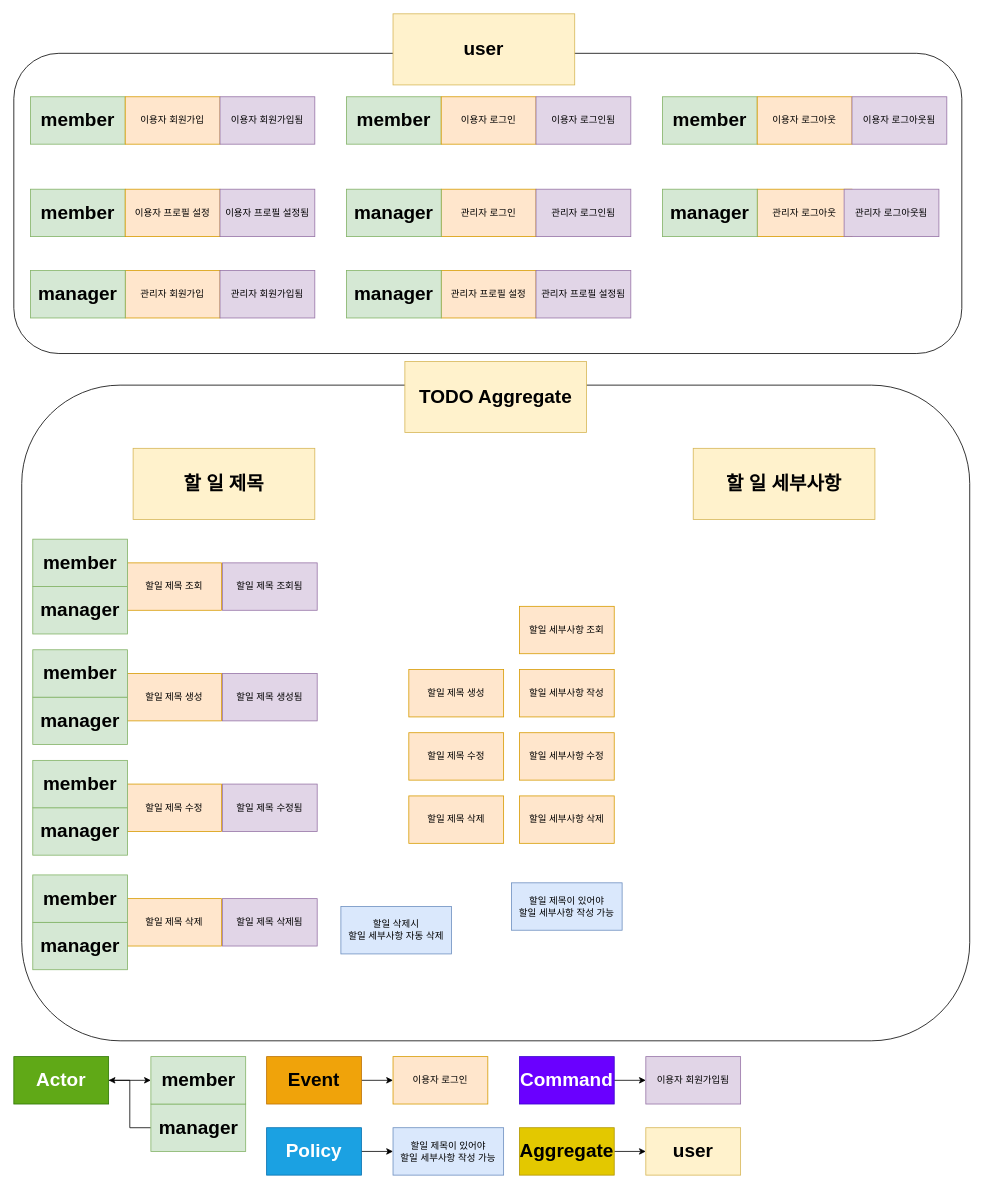
This is EventStroming.drawio from tsdnhts/TODO, a draw.io file, before an edit. Source tidied: cells renumbered, new cells numbered last; positions are measured from the earlier drawing's top-left corner, leaving out a move shared by most shapes. Both pictures are drawn from the tidied source at 79%, with x=0, y=0 at pixel (13, 13).
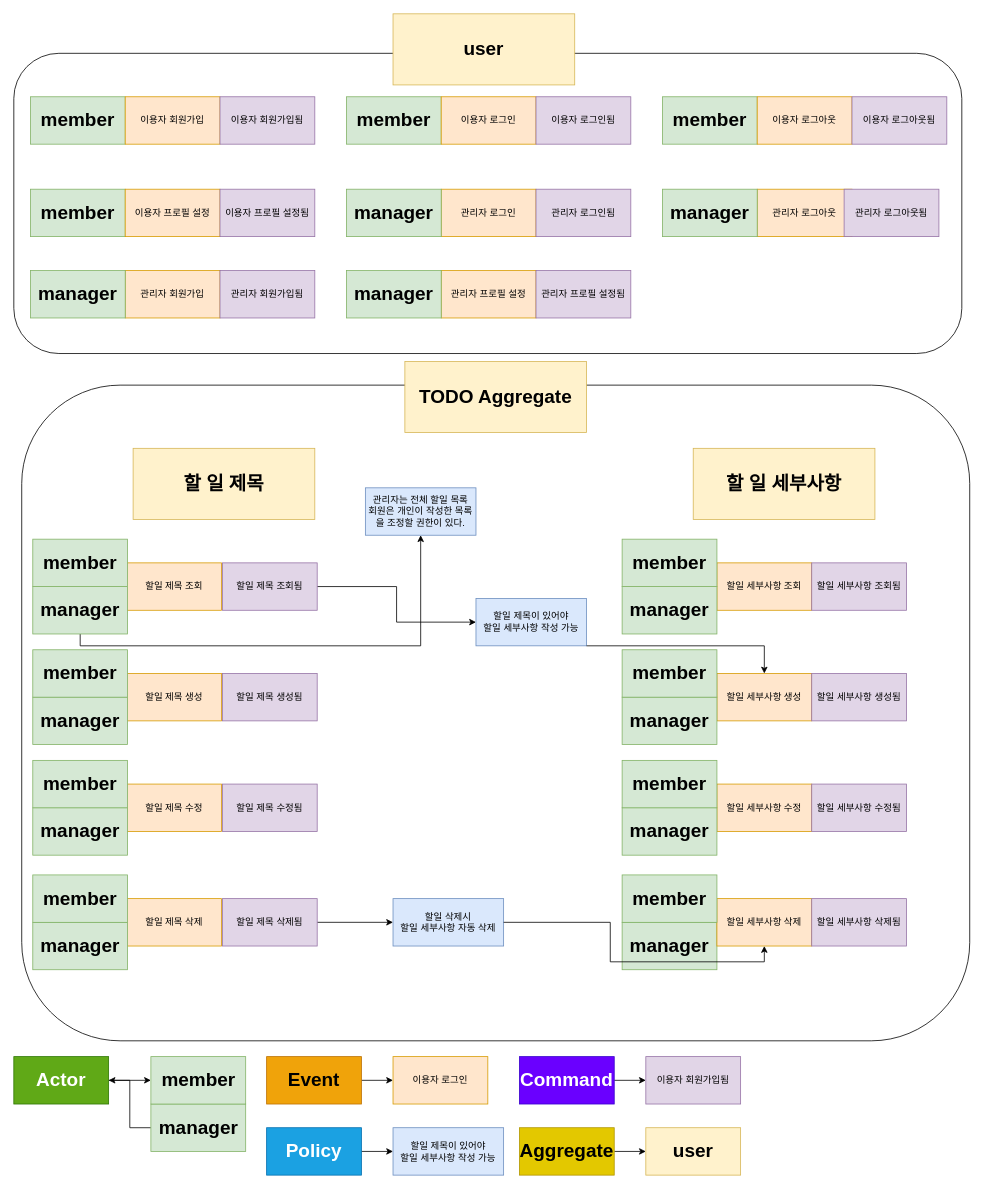
After the change.

Unchanged cells that the change refers to:
```xml
<mxCell id="59" value="&lt;h1&gt;manager&lt;/h1&gt;" style="rounded=0;whiteSpace=wrap;html=1;fillColor=#d5e8d4;strokeColor=#82b366;" parent="1" vertex="1">
  <mxGeometry x="24" y="725" width="120" height="60" as="geometry" />
</mxCell>
<mxCell id="61" value="할일 제목 조회됨" style="rounded=0;whiteSpace=wrap;html=1;fillColor=#e1d5e7;strokeColor=#9673a6;" parent="1" vertex="1">
  <mxGeometry x="264" y="695" width="120" height="60" as="geometry" />
</mxCell>
<mxCell id="73" value="할일 제목 삭제됨" style="rounded=0;whiteSpace=wrap;html=1;fillColor=#e1d5e7;strokeColor=#9673a6;" parent="1" vertex="1">
  <mxGeometry x="264" y="1120" width="120" height="60" as="geometry" />
</mxCell>
```

Change to the diagram source:
```diff
@@
-    <mxCell id="10" value="할일 제목 생성" style="rounded=0;whiteSpace=wrap;html=1;fontFamily=Tahoma;fillColor=#ffe6cc;strokeColor=#d79b00;" parent="1" vertex="1">
-      <mxGeometry x="500" y="830" width="120" height="60" as="geometry" />
-    </mxCell>
-    <mxCell id="11" value="할일 제목 수정" style="rounded=0;whiteSpace=wrap;html=1;fontFamily=Tahoma;fillColor=#ffe6cc;strokeColor=#d79b00;" parent="1" vertex="1">
-      <mxGeometry x="500" y="910" width="120" height="60" as="geometry" />
-    </mxCell>
-    <mxCell id="12" value="할일 제목 삭제" style="rounded=0;whiteSpace=wrap;html=1;fontFamily=Tahoma;fillColor=#ffe6cc;strokeColor=#d79b00;" parent="1" vertex="1">
-      <mxGeometry x="500" y="990" width="120" height="60" as="geometry" />
-    </mxCell>
     <mxCell id="13" value="할일 세부사항 조회" style="rounded=0;whiteSpace=wrap;html=1;fontFamily=Tahoma;fillColor=#ffe6cc;strokeColor=#d79b00;" parent="1" vertex="1">
-      <mxGeometry x="640" y="750" width="120" height="60" as="geometry" />
+      <mxGeometry x="890" y="695" width="120" height="60" as="geometry" />
     </mxCell>
-    <mxCell id="14" value="할일 세부사항 작성" style="rounded=0;whiteSpace=wrap;html=1;fontFamily=Tahoma;fillColor=#ffe6cc;strokeColor=#d79b00;" parent="1" vertex="1">
-      <mxGeometry x="640" y="830" width="120" height="60" as="geometry" />
-    </mxCell>
-    <mxCell id="15" value="할일 세부사항 수정" style="rounded=0;whiteSpace=wrap;html=1;fontFamily=Tahoma;fillColor=#ffe6cc;strokeColor=#d79b00;" parent="1" vertex="1">
-      <mxGeometry x="640" y="910" width="120" height="60" as="geometry" />
-    </mxCell>
-    <mxCell id="16" value="할일 세부사항 삭제" style="rounded=0;whiteSpace=wrap;html=1;fontFamily=Tahoma;fillColor=#ffe6cc;strokeColor=#d79b00;" parent="1" vertex="1">
-      <mxGeometry x="640" y="990" width="120" height="60" as="geometry" />
-    </mxCell>
     <mxCell id="17" value="할일 제목이 있어야&lt;br&gt;할일 세부사항 작성 가능" style="rounded=0;whiteSpace=wrap;html=1;fillColor=#dae8fc;strokeColor=#6c8ebf;" parent="1" vertex="1">
-      <mxGeometry x="630" y="1100" width="140" height="60" as="geometry" />
+      <mxGeometry x="585" y="740" width="140" height="60" as="geometry" />
     </mxCell>
     <mxCell id="18" value="할일 삭제시&lt;br&gt;할일 세부사항 자동 삭제" style="rounded=0;whiteSpace=wrap;html=1;fillColor=#dae8fc;strokeColor=#6c8ebf;" parent="1" vertex="1">
-      <mxGeometry x="414" y="1130" width="140" height="60" as="geometry" />
+      <mxGeometry x="480" y="1120" width="140" height="60" as="geometry" />
     </mxCell>
@@
+    <mxCell id="74" style="edgeStyle=orthogonalEdgeStyle;rounded=0;jettySize=auto;html=1;entryX=0.5;entryY=1;entryDx=0;entryDy=0;" parent="1" edge="1" source="59" target="77">
+      <mxGeometry relative="1" as="geometry">
+        <Array as="points">
+          <mxPoint x="84" y="800" />
+          <mxPoint x="515" y="800" />
+        </Array>
+      </mxGeometry>
+    </mxCell>
@@
+    <mxCell id="75" style="edgeStyle=orthogonalEdgeStyle;rounded=0;jettySize=auto;html=1;" parent="1" edge="1" source="61" target="17">
+      <mxGeometry relative="1" as="geometry" />
+    </mxCell>
@@
+    <mxCell id="76" style="edgeStyle=orthogonalEdgeStyle;rounded=0;jettySize=auto;html=1;" parent="1" edge="1" source="73" target="18">
+      <mxGeometry relative="1" as="geometry" />
+    </mxCell>
@@
+    <mxCell id="77" value="관리자는 전체 할일 목록&lt;br&gt;회원은 개인이 작성한 목록을 조정할 권한이 있다." style="rounded=0;whiteSpace=wrap;html=1;fillColor=#dae8fc;strokeColor=#6c8ebf;" parent="1" vertex="1">
+      <mxGeometry x="445" y="600" width="140" height="60" as="geometry" />
+    </mxCell>
+    <mxCell id="78" value="&lt;h1&gt;manager&lt;/h1&gt;" style="rounded=0;whiteSpace=wrap;html=1;fillColor=#d5e8d4;strokeColor=#82b366;" parent="1" vertex="1">
+      <mxGeometry x="770" y="725" width="120" height="60" as="geometry" />
+    </mxCell>
+    <mxCell id="79" value="&lt;h1&gt;member&lt;/h1&gt;" style="rounded=0;whiteSpace=wrap;html=1;fillColor=#d5e8d4;strokeColor=#82b366;" parent="1" vertex="1">
+      <mxGeometry x="770" y="665" width="120" height="60" as="geometry" />
+    </mxCell>
+    <mxCell id="80" value="할일 세부사항 조회됨" style="rounded=0;whiteSpace=wrap;html=1;fillColor=#e1d5e7;strokeColor=#9673a6;" parent="1" vertex="1">
+      <mxGeometry x="1010" y="695" width="120" height="60" as="geometry" />
+    </mxCell>
+    <mxCell id="81" value="할일 세부사항 생성" style="rounded=0;whiteSpace=wrap;html=1;fontFamily=Tahoma;fillColor=#ffe6cc;strokeColor=#d79b00;" parent="1" vertex="1">
+      <mxGeometry x="890" y="835" width="120" height="60" as="geometry" />
+    </mxCell>
+    <mxCell id="82" value="&lt;h1&gt;manager&lt;/h1&gt;" style="rounded=0;whiteSpace=wrap;html=1;fillColor=#d5e8d4;strokeColor=#82b366;" parent="1" vertex="1">
+      <mxGeometry x="770" y="865" width="120" height="60" as="geometry" />
+    </mxCell>
+    <mxCell id="83" value="&lt;h1&gt;member&lt;/h1&gt;" style="rounded=0;whiteSpace=wrap;html=1;fillColor=#d5e8d4;strokeColor=#82b366;" parent="1" vertex="1">
+      <mxGeometry x="770" y="805" width="120" height="60" as="geometry" />
+    </mxCell>
+    <mxCell id="84" value="할일 세부사항 생성됨" style="rounded=0;whiteSpace=wrap;html=1;fillColor=#e1d5e7;strokeColor=#9673a6;" parent="1" vertex="1">
+      <mxGeometry x="1010" y="835" width="120" height="60" as="geometry" />
+    </mxCell>
+    <mxCell id="15" value="할일 세부사항 수정" style="rounded=0;whiteSpace=wrap;html=1;fontFamily=Tahoma;fillColor=#ffe6cc;strokeColor=#d79b00;" parent="1" vertex="1">
+      <mxGeometry x="890" y="975" width="120" height="60" as="geometry" />
+    </mxCell>
+    <mxCell id="85" value="&lt;h1&gt;manager&lt;/h1&gt;" style="rounded=0;whiteSpace=wrap;html=1;fillColor=#d5e8d4;strokeColor=#82b366;" parent="1" vertex="1">
+      <mxGeometry x="770" y="1005" width="120" height="60" as="geometry" />
+    </mxCell>
+    <mxCell id="86" value="&lt;h1&gt;manager&lt;/h1&gt;" style="rounded=0;whiteSpace=wrap;html=1;fillColor=#d5e8d4;strokeColor=#82b366;" parent="1" vertex="1">
+      <mxGeometry x="770" y="1150" width="120" height="60" as="geometry" />
+    </mxCell>
+    <mxCell id="87" value="&lt;h1&gt;member&lt;/h1&gt;" style="rounded=0;whiteSpace=wrap;html=1;fillColor=#d5e8d4;strokeColor=#82b366;" parent="1" vertex="1">
+      <mxGeometry x="770" y="945" width="120" height="60" as="geometry" />
+    </mxCell>
+    <mxCell id="88" value="할일 세부사항 수정됨" style="rounded=0;whiteSpace=wrap;html=1;fillColor=#e1d5e7;strokeColor=#9673a6;" parent="1" vertex="1">
+      <mxGeometry x="1010" y="975" width="120" height="60" as="geometry" />
+    </mxCell>
+    <mxCell id="16" value="할일 세부사항 삭제" style="rounded=0;whiteSpace=wrap;html=1;fontFamily=Tahoma;fillColor=#ffe6cc;strokeColor=#d79b00;" parent="1" vertex="1">
+      <mxGeometry x="890" y="1120" width="120" height="60" as="geometry" />
+    </mxCell>
+    <mxCell id="89" value="&lt;h1&gt;member&lt;/h1&gt;" style="rounded=0;whiteSpace=wrap;html=1;fillColor=#d5e8d4;strokeColor=#82b366;" parent="1" vertex="1">
+      <mxGeometry x="770" y="1090" width="120" height="60" as="geometry" />
+    </mxCell>
+    <mxCell id="90" value="할일 세부사항 삭제됨" style="rounded=0;whiteSpace=wrap;html=1;fillColor=#e1d5e7;strokeColor=#9673a6;" parent="1" vertex="1">
+      <mxGeometry x="1010" y="1120" width="120" height="60" as="geometry" />
+    </mxCell>
+    <mxCell id="91" style="edgeStyle=orthogonalEdgeStyle;rounded=0;jettySize=auto;html=1;entryX=0.5;entryY=1;entryDx=0;entryDy=0;" parent="1" edge="1" source="18" target="16">
+      <mxGeometry relative="1" as="geometry" />
+    </mxCell>
+    <mxCell id="92" style="edgeStyle=orthogonalEdgeStyle;rounded=0;jettySize=auto;html=1;" parent="1" edge="1" source="17" target="81">
+      <mxGeometry relative="1" as="geometry">
+        <Array as="points">
+          <mxPoint x="950" y="800" />
+        </Array>
+      </mxGeometry>
+    </mxCell>
```
